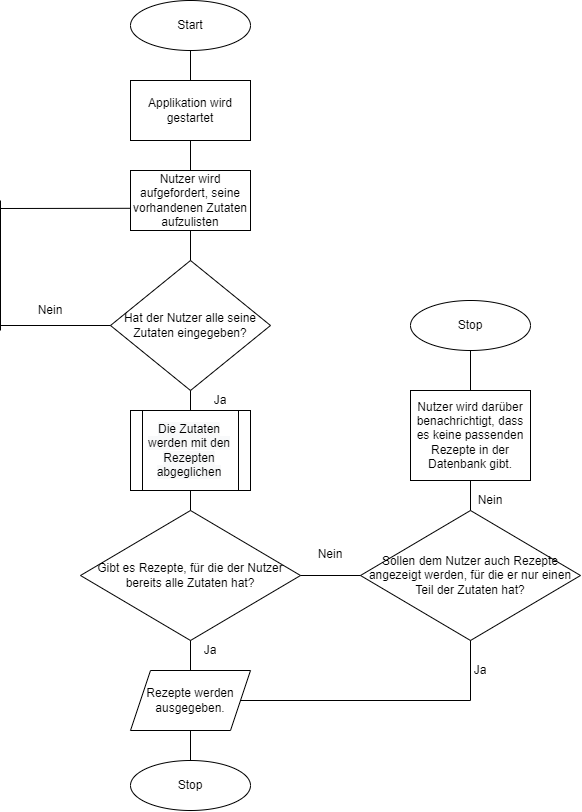
icantenteraname/pro_2 keeps this draw.io diagram as Virtual Cocktailbar/images/Ablaufdiagramm Virtual Cocktailbar.png. Above is the earlier version. Source tidied: cells renumbered, new cells last; positions are measured from the earlier drawing's top-left corner, leaving out a move shared by most shapes.
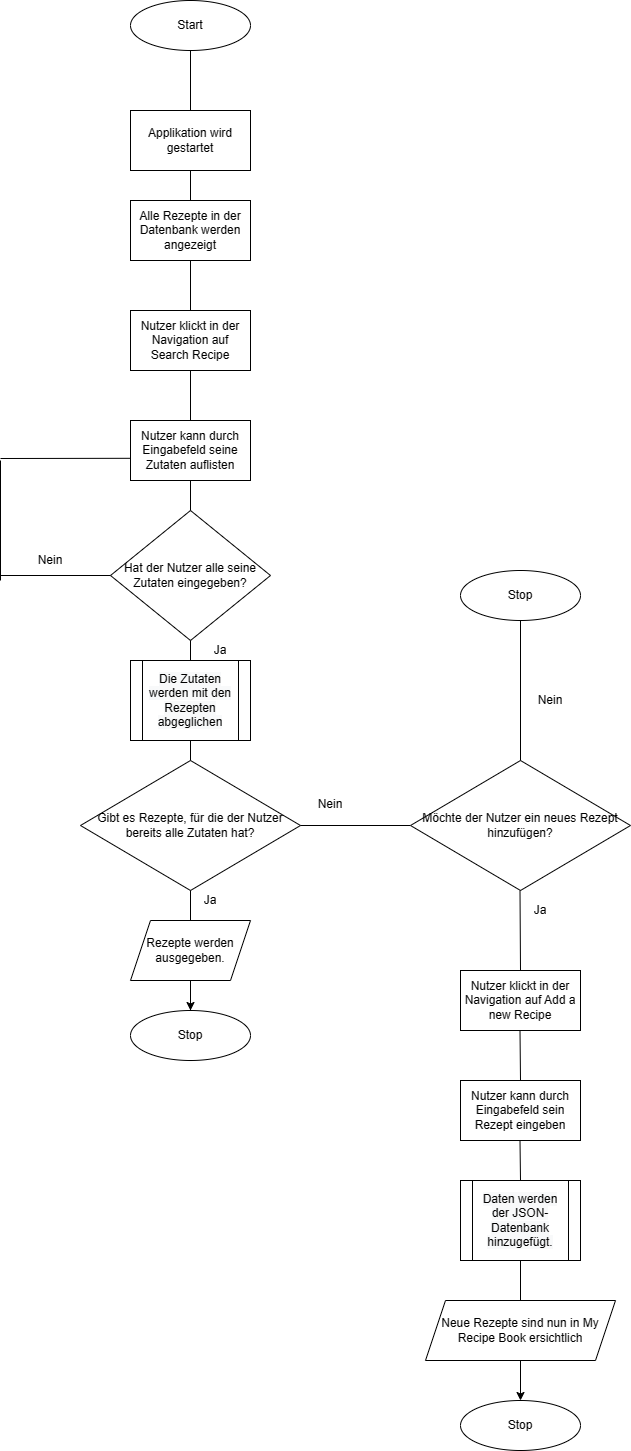
Later version of the same file.

Diff of the diagram source:
```diff
@@ -3,12 +3,12 @@
     <mxCell id="0" />
     <mxCell id="1" parent="0" />
     <mxCell id="2" value="Start" style="ellipse;whiteSpace=wrap;html=1;" parent="1" vertex="1">
-      <mxGeometry x="130" width="120" height="50" as="geometry" />
+      <mxGeometry x="130" y="-250" width="120" height="50" as="geometry" />
     </mxCell>
-    <mxCell id="3" value="Applikation wird gestartet" style="rounded=0;whiteSpace=wrap;html=1;" parent="1" vertex="1">
-      <mxGeometry x="130" y="80" width="120" height="60" as="geometry" />
+    <mxCell id="3" value="Alle Rezepte in der Datenbank werden angezeigt" style="rounded=0;whiteSpace=wrap;html=1;" parent="1" vertex="1">
+      <mxGeometry x="130" y="-50" width="120" height="60" as="geometry" />
     </mxCell>
-    <mxCell id="4" value="Nutzer wird aufgefordert, seine vorhandenen Zutaten aufzulisten" style="rounded=0;whiteSpace=wrap;html=1;" parent="1" vertex="1">
+    <mxCell id="4" value="Nutzer kann durch Eingabefeld seine Zutaten auflisten" style="rounded=0;whiteSpace=wrap;html=1;" parent="1" vertex="1">
       <mxGeometry x="130" y="170" width="120" height="60" as="geometry" />
     </mxCell>
     <mxCell id="5" value="Hat der Nutzer alle seine Zutaten eingegeben?" style="rhombus;whiteSpace=wrap;html=1;" parent="1" vertex="1">
@@ -17,23 +17,21 @@
     <mxCell id="6" value="Gibt es Rezepte, für die der Nutzer bereits alle Zutaten hat?" style="rhombus;whiteSpace=wrap;html=1;" parent="1" vertex="1">
       <mxGeometry x="80" y="510" width="220" height="130" as="geometry" />
     </mxCell>
-    <mxCell id="7" value="Sollen dem Nutzer auch Rezepte angezeigt werden, für die er nur einen Teil der Zutaten hat?" style="rhombus;whiteSpace=wrap;html=1;" parent="1" vertex="1">
-      <mxGeometry x="360" y="510" width="220" height="130" as="geometry" />
-    </mxCell>
-    <mxCell id="8" value="Nutzer wird darüber benachrichtigt, dass es keine passenden Rezepte in der Datenbank gibt." style="rounded=0;whiteSpace=wrap;html=1;" parent="1" vertex="1">
-      <mxGeometry x="410" y="390" width="120" height="90" as="geometry" />
-    </mxCell>
     <mxCell id="9" value="Stop" style="ellipse;whiteSpace=wrap;html=1;" parent="1" vertex="1">
-      <mxGeometry x="410" y="300" width="120" height="50" as="geometry" />
+      <mxGeometry x="460" y="320" width="120" height="50" as="geometry" />
     </mxCell>
     <mxCell id="10" value="Stop" style="ellipse;whiteSpace=wrap;html=1;" parent="1" vertex="1">
       <mxGeometry x="130" y="760" width="120" height="50" as="geometry" />
     </mxCell>
-    <mxCell id="11" style="endArrow=none;html=1;rounded=0;entryX=0.5;entryY=1;entryDx=0;entryDy=0;exitX=0.5;exitY=0;exitDx=0;exitDy=0;" parent="1" edge="1" source="3" target="2">
-      <mxGeometry relative="1" as="geometry" />
+    <mxCell id="11" style="endArrow=none;html=1;rounded=0;entryX=0.5;entryY=1;entryDx=0;entryDy=0;" parent="1" edge="1" target="2">
+      <mxGeometry relative="1" as="geometry">
+        <mxPoint x="190" y="-140" as="sourcePoint" />
+      </mxGeometry>
     </mxCell>
-    <mxCell id="12" style="endArrow=none;html=1;rounded=0;entryX=0.5;entryY=1;entryDx=0;entryDy=0;exitX=0.5;exitY=0;exitDx=0;exitDy=0;" parent="1" edge="1" source="4" target="3">
-      <mxGeometry relative="1" as="geometry" />
+    <mxCell id="12" style="endArrow=none;html=1;rounded=0;exitX=0.5;exitY=0;exitDx=0;exitDy=0;" parent="1" edge="1" source="4">
+      <mxGeometry relative="1" as="geometry">
+        <mxPoint x="190" y="120" as="targetPoint" />
+      </mxGeometry>
     </mxCell>
     <mxCell id="13" style="endArrow=none;html=1;rounded=0;entryX=0.5;entryY=1;entryDx=0;entryDy=0;exitX=0.5;exitY=0;exitDx=0;exitDy=0;" parent="1" edge="1" source="5" target="4">
       <mxGeometry relative="1" as="geometry" />
@@ -53,14 +51,13 @@
         <mxPoint x="190" y="730" as="sourcePoint" />
       </mxGeometry>
     </mxCell>
-    <mxCell id="17" style="endArrow=none;html=1;rounded=0;entryX=1;entryY=0.5;entryDx=0;entryDy=0;startArrow=none;exitX=0;exitY=0.5;exitDx=0;exitDy=0;" parent="1" edge="1" source="7" target="6">
+    <mxCell id="17" style="endArrow=none;html=1;rounded=0;entryX=1;entryY=0.5;entryDx=0;entryDy=0;startArrow=none;exitX=0;exitY=0.5;exitDx=0;exitDy=0;" parent="1" edge="1" source="39" target="6">
       <mxGeometry relative="1" as="geometry" />
     </mxCell>
-    <mxCell id="18" style="endArrow=none;html=1;rounded=0;entryX=0.5;entryY=0;entryDx=0;entryDy=0;exitX=0.5;exitY=1;exitDx=0;exitDy=0;" parent="1" edge="1" source="8" target="7">
-      <mxGeometry relative="1" as="geometry" />
-    </mxCell>
-    <mxCell id="19" style="endArrow=none;html=1;rounded=0;entryX=0.5;entryY=0;entryDx=0;entryDy=0;exitX=0.5;exitY=1;exitDx=0;exitDy=0;" parent="1" edge="1" source="9" target="8">
-      <mxGeometry relative="1" as="geometry" />
+    <mxCell id="19" style="endArrow=none;html=1;rounded=0;entryX=0.5;entryY=0;entryDx=0;entryDy=0;exitX=0.5;exitY=1;exitDx=0;exitDy=0;" parent="1" edge="1" source="9">
+      <mxGeometry relative="1" as="geometry">
+        <mxPoint x="520" y="530" as="targetPoint" />
+      </mxGeometry>
     </mxCell>
     <mxCell id="20" style="endArrow=none;html=1;rounded=0;entryX=0;entryY=0.63;entryDx=0;entryDy=0;entryPerimeter=0;" parent="1" edge="1" target="4">
       <mxGeometry relative="1" as="geometry">
@@ -70,19 +67,9 @@
     <mxCell id="21" style="endArrow=none;html=1;rounded=0;" parent="1" edge="1">
       <mxGeometry relative="1" as="geometry">
         <mxPoint y="330" as="sourcePoint" />
-        <mxPoint y="200" as="targetPoint" />
+        <mxPoint y="210" as="targetPoint" />
       </mxGeometry>
     </mxCell>
-    <mxCell id="22" style="endArrow=none;html=1;rounded=0;entryX=0.5;entryY=1;entryDx=0;entryDy=0;" parent="1" edge="1" target="7">
-      <mxGeometry relative="1" as="geometry">
-        <mxPoint x="470" y="700" as="sourcePoint" />
-      </mxGeometry>
-    </mxCell>
-    <mxCell id="23" style="endArrow=none;html=1;rounded=0;entryX=1;entryY=0.5;entryDx=0;entryDy=0;" parent="1" edge="1" target="32">
-      <mxGeometry relative="1" as="geometry">
-        <mxPoint x="470" y="700" as="sourcePoint" />
-      </mxGeometry>
-    </mxCell>
     <object id="24" label="Ja" name="Variable" placeholders="1">
       <mxCell style="text;html=1;strokeColor=none;fillColor=none;align=center;verticalAlign=middle;whiteSpace=wrap;overflow=hidden;" parent="1" vertex="1">
         <mxGeometry x="170" y="640" width="80" height="20" as="geometry" />
@@ -98,11 +85,6 @@
         <mxPoint x="190" y="420" as="sourcePoint" />
       </mxGeometry>
     </mxCell>
-    <object id="27" label="Ja" name="Variable" placeholders="1">
-      <mxCell style="text;html=1;strokeColor=none;fillColor=none;align=center;verticalAlign=middle;whiteSpace=wrap;overflow=hidden;" parent="1" vertex="1">
-        <mxGeometry x="440" y="660" width="80" height="20" as="geometry" />
-      </mxCell>
-    </object>
     <object id="28" label="Nein" name="Variable" placeholders="1">
       <mxCell style="text;html=1;strokeColor=none;fillColor=none;align=center;verticalAlign=middle;whiteSpace=wrap;overflow=hidden;" parent="1" vertex="1">
         <mxGeometry x="10" y="300" width="80" height="20" as="geometry" />
@@ -113,21 +95,85 @@
         <mxPoint y="325" as="targetPoint" />
       </mxGeometry>
     </mxCell>
-    <object id="30" label="Nein" name="Variable" placeholders="1">
-      <mxCell style="text;html=1;strokeColor=none;fillColor=none;align=center;verticalAlign=middle;whiteSpace=wrap;overflow=hidden;" parent="1" vertex="1">
-        <mxGeometry x="450" y="490" width="80" height="20" as="geometry" />
-      </mxCell>
-    </object>
     <object id="31" label="Nein" name="Variable" placeholders="1">
       <mxCell style="text;html=1;strokeColor=none;fillColor=none;align=center;verticalAlign=middle;whiteSpace=wrap;overflow=hidden;" parent="1" vertex="1">
         <mxGeometry x="290" y="544" width="80" height="20" as="geometry" />
       </mxCell>
     </object>
+    <mxCell id="34" style="edgeStyle=orthogonalEdgeStyle;rounded=0;jettySize=auto;html=1;" parent="1" edge="1" source="32" target="10">
+      <mxGeometry relative="1" as="geometry" />
+    </mxCell>
     <mxCell id="32" value="Rezepte werden ausgegeben." style="shape=parallelogram;perimeter=parallelogramPerimeter;whiteSpace=wrap;html=1;fixedSize=1;" parent="1" vertex="1">
       <mxGeometry x="130" y="670" width="120" height="60" as="geometry" />
     </mxCell>
     <mxCell id="33" value="&lt;span style=&quot;color: rgb(0, 0, 0); font-family: Helvetica; font-size: 12px; font-style: normal; font-variant-ligatures: normal; font-variant-caps: normal; font-weight: 400; letter-spacing: normal; orphans: 2; text-align: center; text-indent: 0px; text-transform: none; widows: 2; word-spacing: 0px; -webkit-text-stroke-width: 0px; background-color: rgb(248, 249, 250); text-decoration-thickness: initial; text-decoration-style: initial; text-decoration-color: initial; float: none; display: inline !important;&quot;&gt;Die Zutaten werden mit den Rezepten abgeglichen&lt;/span&gt;" style="shape=process;whiteSpace=wrap;html=1;backgroundOutline=1;" parent="1" vertex="1">
       <mxGeometry x="130" y="410" width="120" height="80" as="geometry" />
     </mxCell>
+    <mxCell id="35" value="Applikation wird gestartet" style="rounded=0;whiteSpace=wrap;html=1;" parent="1" vertex="1">
+      <mxGeometry x="130" y="-140" width="120" height="60" as="geometry" />
+    </mxCell>
+    <mxCell id="36" style="endArrow=none;html=1;rounded=0;entryX=0.5;entryY=1;entryDx=0;entryDy=0;exitX=0.5;exitY=0;exitDx=0;exitDy=0;" parent="1" edge="1" source="3" target="35">
+      <mxGeometry relative="1" as="geometry" />
+    </mxCell>
+    <mxCell id="37" value="Nutzer klickt in der Navigation auf Search Recipe" style="rounded=0;whiteSpace=wrap;html=1;" parent="1" vertex="1">
+      <mxGeometry x="130" y="60" width="120" height="60" as="geometry" />
+    </mxCell>
+    <mxCell id="38" style="endArrow=none;html=1;rounded=0;entryX=0.5;entryY=1;entryDx=0;entryDy=0;exitX=0.5;exitY=0;exitDx=0;exitDy=0;" parent="1" edge="1" source="37" target="3">
+      <mxGeometry relative="1" as="geometry" />
+    </mxCell>
+    <mxCell id="39" value="Möchte der Nutzer ein neues Rezept hinzufügen?" style="rhombus;whiteSpace=wrap;html=1;" parent="1" vertex="1">
+      <mxGeometry x="410" y="510" width="220" height="130" as="geometry" />
+    </mxCell>
+    <object id="30" label="Nein" name="Variable" placeholders="1">
+      <mxCell style="text;html=1;strokeColor=none;fillColor=none;align=center;verticalAlign=middle;whiteSpace=wrap;overflow=hidden;" parent="1" vertex="1">
+        <mxGeometry x="510" y="440" width="80" height="20" as="geometry" />
+      </mxCell>
+    </object>
+    <object id="27" label="Ja" name="Variable" placeholders="1">
+      <mxCell style="text;html=1;strokeColor=none;fillColor=none;align=center;verticalAlign=middle;whiteSpace=wrap;overflow=hidden;" parent="1" vertex="1">
+        <mxGeometry x="500" y="650" width="80" height="20" as="geometry" />
+      </mxCell>
+    </object>
+    <mxCell id="40" style="endArrow=none;html=1;rounded=0;exitX=0.5;exitY=1;exitDx=0;exitDy=0;" parent="1" edge="1">
+      <mxGeometry relative="1" as="geometry">
+        <mxPoint x="519.5" y="640" as="sourcePoint" />
+        <mxPoint x="520" y="720" as="targetPoint" />
+      </mxGeometry>
+    </mxCell>
+    <mxCell id="41" value="Nutzer klickt in der Navigation auf Add a new Recipe" style="rounded=0;whiteSpace=wrap;html=1;" parent="1" vertex="1">
+      <mxGeometry x="460" y="720" width="120" height="60" as="geometry" />
+    </mxCell>
+    <mxCell id="42" value="Nutzer kann durch Eingabefeld sein Rezept eingeben" style="rounded=0;whiteSpace=wrap;html=1;" parent="1" vertex="1">
+      <mxGeometry x="460" y="830" width="120" height="60" as="geometry" />
+    </mxCell>
+    <mxCell id="43" style="endArrow=none;html=1;rounded=0;exitX=0.5;exitY=1;exitDx=0;exitDy=0;" parent="1" edge="1">
+      <mxGeometry relative="1" as="geometry">
+        <mxPoint x="519.5" y="780" as="sourcePoint" />
+        <mxPoint x="520" y="830" as="targetPoint" />
+      </mxGeometry>
+    </mxCell>
+    <mxCell id="44" value="&lt;span style=&quot;color: rgb(0, 0, 0); font-family: Helvetica; font-size: 12px; font-style: normal; font-variant-ligatures: normal; font-variant-caps: normal; font-weight: 400; letter-spacing: normal; orphans: 2; text-align: center; text-indent: 0px; text-transform: none; widows: 2; word-spacing: 0px; -webkit-text-stroke-width: 0px; background-color: rgb(248, 249, 250); text-decoration-thickness: initial; text-decoration-style: initial; text-decoration-color: initial; float: none; display: inline !important;&quot;&gt;Daten werden der JSON-Datenbank hinzugefügt.&lt;/span&gt;" style="shape=process;whiteSpace=wrap;html=1;backgroundOutline=1;" parent="1" vertex="1">
+      <mxGeometry x="460" y="930" width="120" height="80" as="geometry" />
+    </mxCell>
+    <mxCell id="45" style="endArrow=none;html=1;rounded=0;exitX=0.5;exitY=1;exitDx=0;exitDy=0;" parent="1" edge="1">
+      <mxGeometry relative="1" as="geometry">
+        <mxPoint x="519.5" y="890" as="sourcePoint" />
+        <mxPoint x="520" y="930" as="targetPoint" />
+      </mxGeometry>
+    </mxCell>
+    <mxCell id="46" value="Neue Rezepte sind nun in My Recipe Book ersichtlich" style="shape=parallelogram;perimeter=parallelogramPerimeter;whiteSpace=wrap;html=1;fixedSize=1;" parent="1" vertex="1">
+      <mxGeometry x="425" y="1050" width="190" height="60" as="geometry" />
+    </mxCell>
+    <mxCell id="47" style="endArrow=none;html=1;rounded=0;exitX=0.5;exitY=0;exitDx=0;exitDy=0;entryX=0.5;entryY=1;entryDx=0;entryDy=0;" parent="1" edge="1" source="46" target="44">
+      <mxGeometry relative="1" as="geometry" />
+    </mxCell>
+    <mxCell id="48" value="Stop" style="ellipse;whiteSpace=wrap;html=1;" parent="1" vertex="1">
+      <mxGeometry x="460" y="1150" width="120" height="50" as="geometry" />
+    </mxCell>
+    <mxCell id="49" style="edgeStyle=orthogonalEdgeStyle;rounded=0;jettySize=auto;html=1;entryX=0.5;entryY=0;entryDx=0;entryDy=0;" parent="1" edge="1" target="48">
+      <mxGeometry relative="1" as="geometry">
+        <mxPoint x="520" y="1110" as="sourcePoint" />
+      </mxGeometry>
+    </mxCell>
   </root>
 </mxGraphModel>
```
